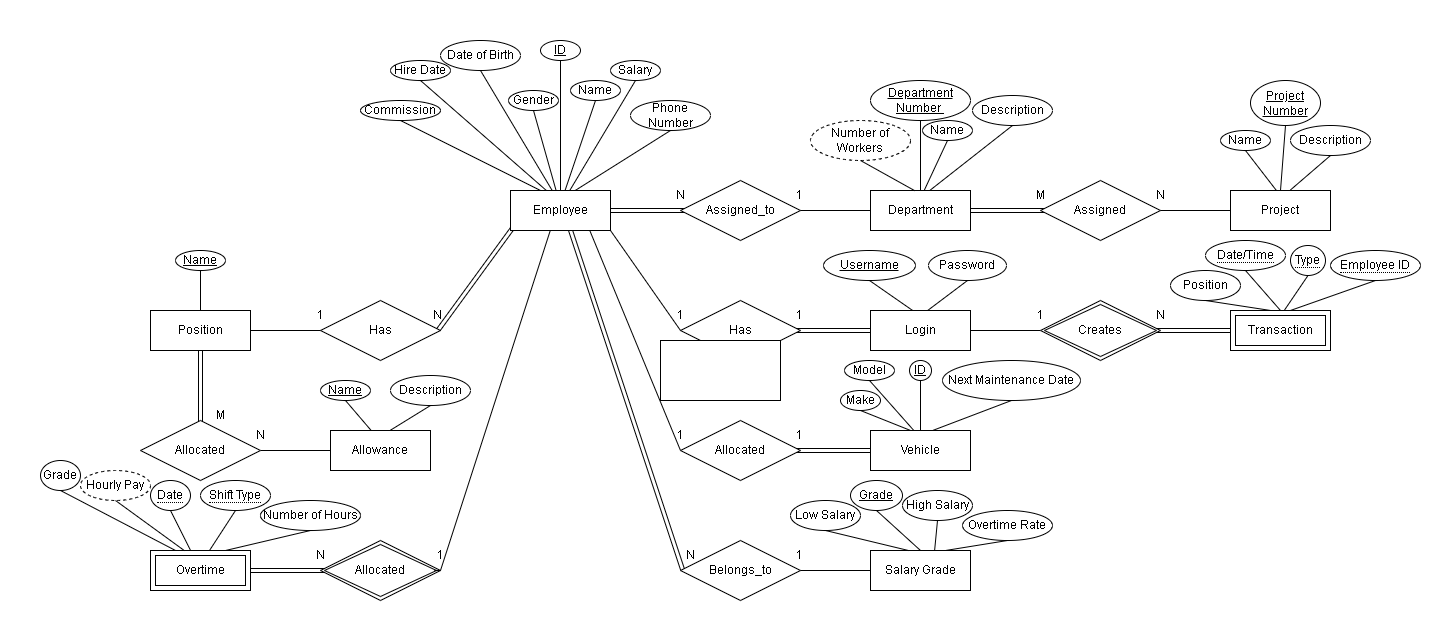
The draw.io diagram Phase 1/ERD.drawio.png in AhmedElkhashn/DB-project, before a commit. Source tidied: cells renumbered, new cells last; positions are measured from the earlier drawing's top-left corner, leaving out a move shared by most shapes.
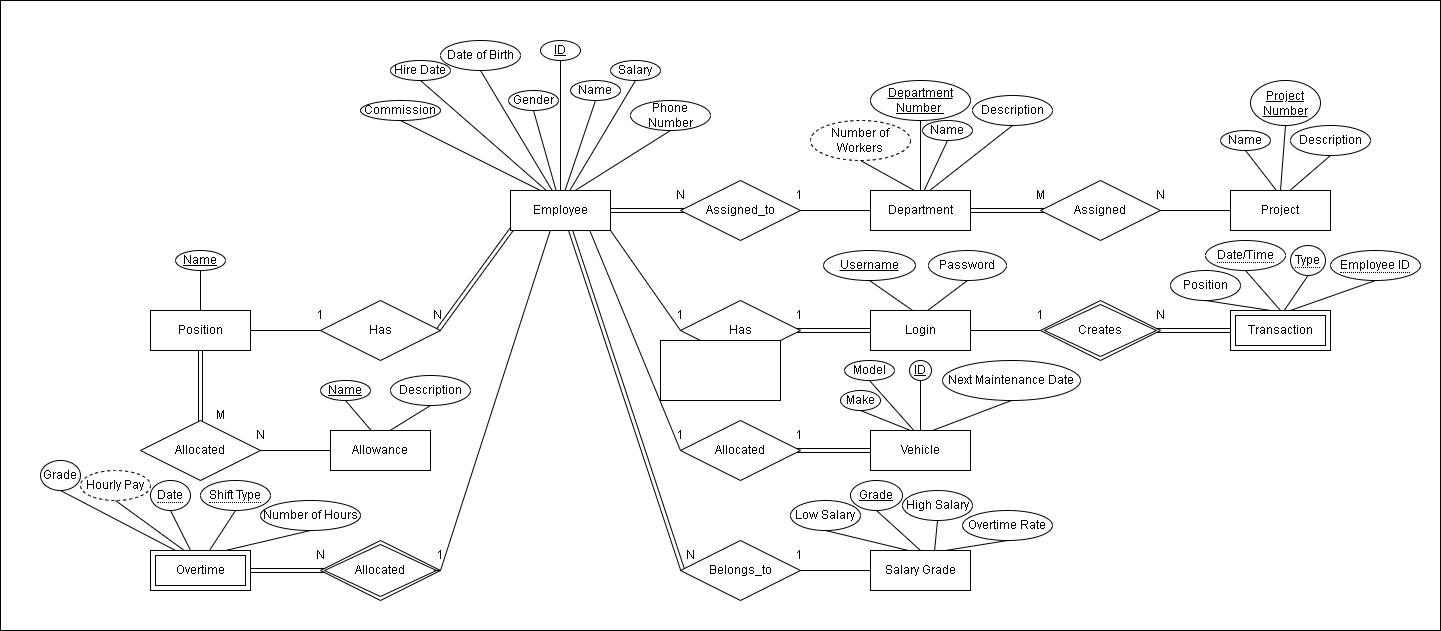
After the change.

What changed in the source:
```diff
@@ -2,7 +2,7 @@
   <root>
     <mxCell id="0" />
     <mxCell id="1" parent="0" />
-    <mxCell id="2" style="rounded=0;whiteSpace=wrap;html=1;strokeColor=none;fillColor=#FFFFFF;" parent="1" vertex="1">
+    <mxCell id="2" style="rounded=0;whiteSpace=wrap;html=1;strokeColor=default;fillColor=#FFFFFF;" parent="1" vertex="1">
       <mxGeometry width="1440" height="630" as="geometry" />
     </mxCell>
     <mxCell id="3" style="endArrow=none;html=1;rounded=0;entryX=0;entryY=0.5;entryDx=0;entryDy=0;shape=link;" parent="1" edge="1" target="20">
```
